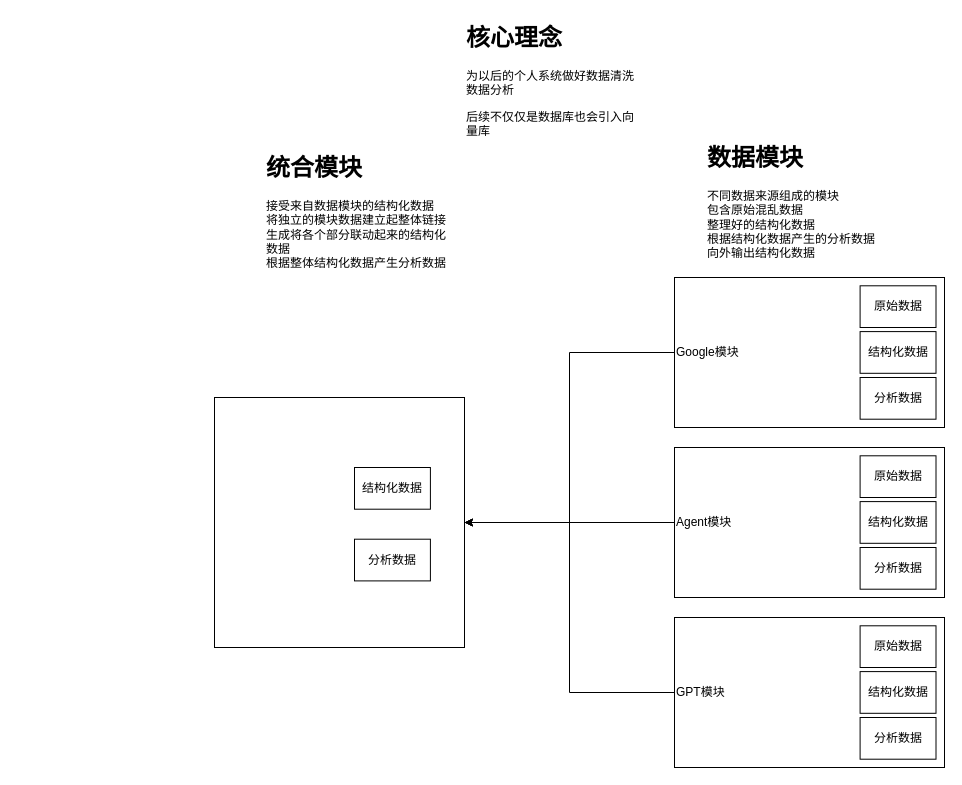
Before: 架构图.drawio in adlink8/personal-data-analysis-system, a draw.io diagram. Source tidied: cells renumbered, new cells numbered last; positions are measured from the earlier drawing's top-left corner, leaving out a move shared by most shapes. Both pictures are drawn from the tidied source at 100%, with x=0, y=0 at pixel (214, 17).
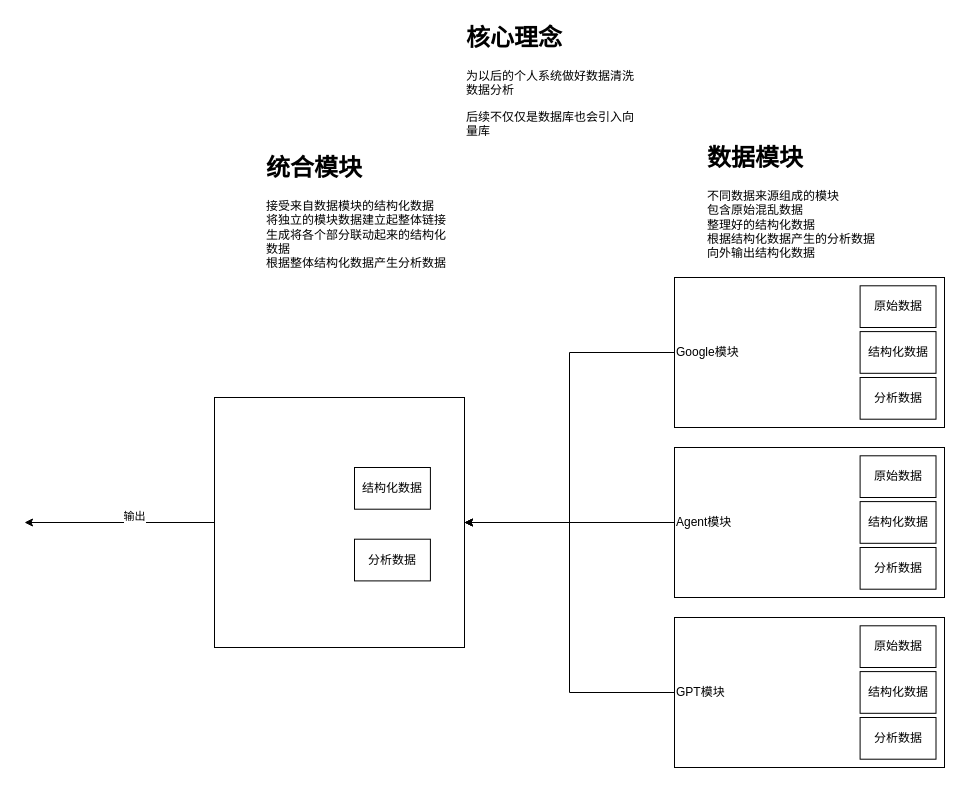
Above is the later version.

The change refers to these unchanged cells:
```xml
<mxCell id="22" style="whiteSpace=wrap;html=1;" parent="1" vertex="1">
  <mxGeometry y="380" width="250" height="250" as="geometry" />
</mxCell>
```

Diff of the diagram source:
```diff
@@
+    <mxCell id="30" style="edgeStyle=orthogonalEdgeStyle;rounded=0;jettySize=auto;html=1;" parent="1" edge="1" source="22">
+      <mxGeometry relative="1" as="geometry">
+        <mxPoint x="-190" y="505" as="targetPoint" />
+      </mxGeometry>
+    </mxCell>
+    <mxCell id="31" value="输出" style="edgeLabel;html=1;align=center;verticalAlign=middle;" parent="30" vertex="1">
+      <mxGeometry x="-0.15" y="-7" relative="1" as="geometry" />
+    </mxCell>
```
